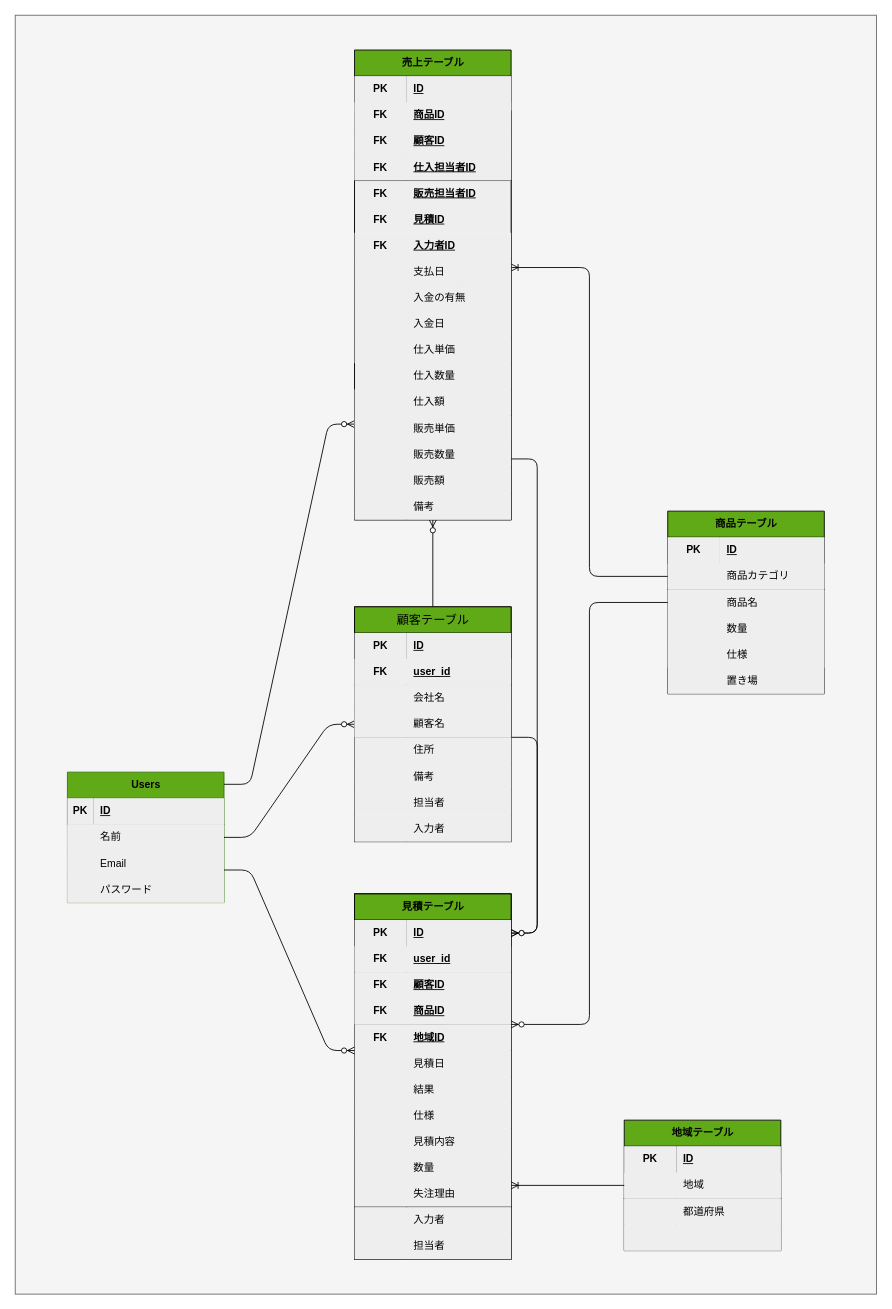
Before: ER.dio in uchida1010/sales-system, a draw.io diagram. Source tidied: cells renumbered, new cells numbered last; positions are measured from the earlier drawing's top-left corner, leaving out a move shared by most shapes. Both pictures are drawn from the tidied source at 87%, with x=0, y=0 at pixel (15, 15).
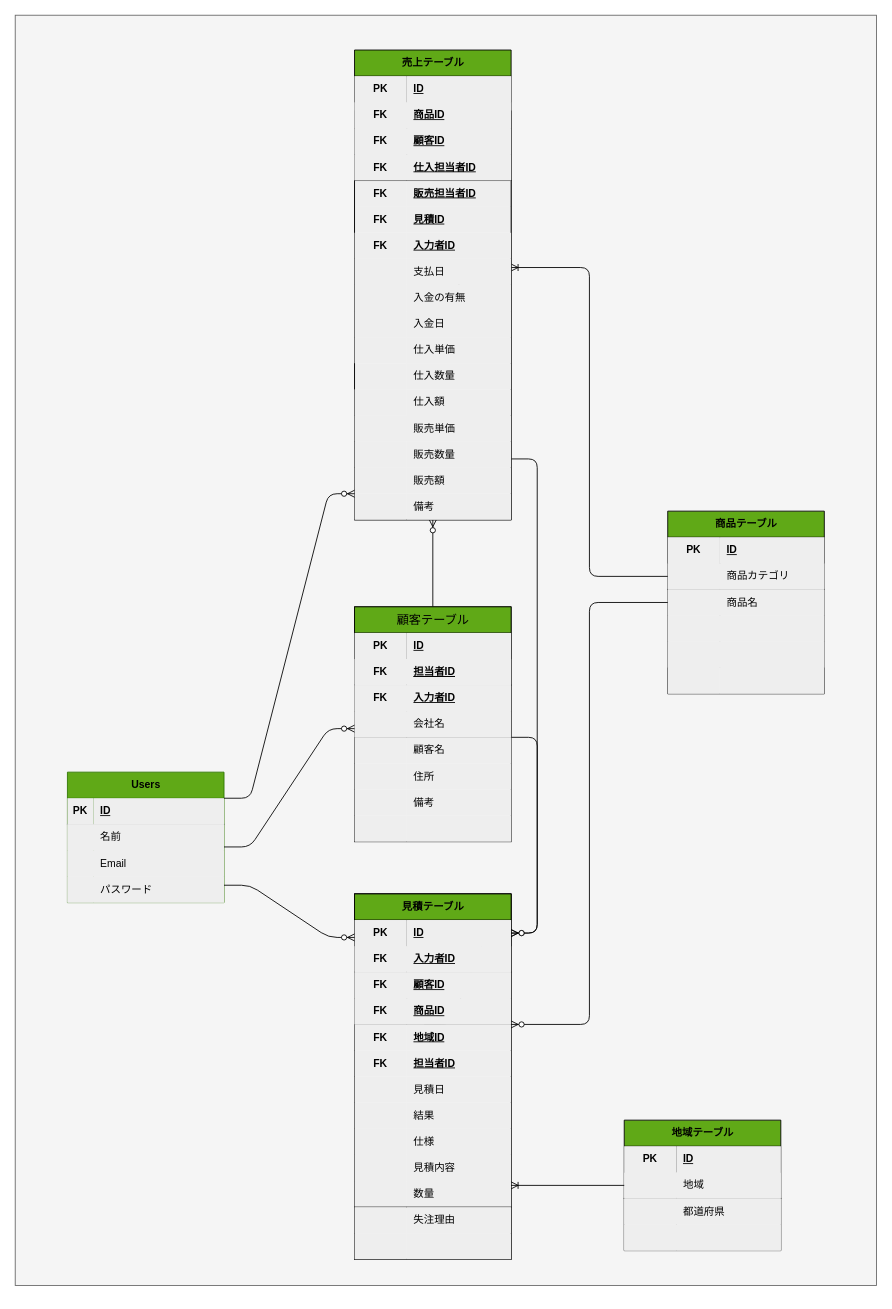
After the change.

Unchanged cells that the change refers to:
```xml
<mxCell id="4" value="Users" style="shape=table;startSize=30;childLayout=tableLayout;rowLines=0;fontStyle=1;align=center;strokeColor=#2D7600;fontFamily=Helvetica;fontSize=12;fontColor=#000000;fillColor=#60a917;html=1;labelBackgroundColor=none;" parent="1" vertex="1">
  <mxGeometry x="60" y="870" width="180" height="150" as="geometry" />
</mxCell>
<mxCell id="27" style="shape=tableRow;horizontal=0;startSize=0;swimlaneHead=0;swimlaneBody=0;fillColor=#eeeeee;top=0;left=0;right=0;bottom=0;strokeColor=#000000;fontFamily=Helvetica;fontSize=12;html=1;fontColor=#000000;labelBackgroundColor=none;" parent="17" vertex="1">
  <mxGeometry y="120" width="180" height="30" as="geometry" />
</mxCell>
<mxCell id="30" style="shape=tableRow;horizontal=0;startSize=0;swimlaneHead=0;swimlaneBody=0;fillColor=#eeeeee;top=0;left=0;right=0;bottom=0;strokeColor=#000000;fontFamily=Helvetica;fontSize=12;html=1;fontColor=#000000;labelBackgroundColor=none;" parent="17" vertex="1">
  <mxGeometry y="150" width="180" height="30" as="geometry" />
</mxCell>
<mxCell id="35" style="group;fontColor=#000000;strokeColor=#000000;labelBackgroundColor=none;" parent="34" vertex="1">
  <mxGeometry width="180" height="360" as="geometry" />
</mxCell>
<mxCell id="40" style="shape=tableRow;horizontal=0;startSize=0;swimlaneHead=0;swimlaneBody=0;fillColor=#eeeeee;top=0;left=0;right=0;bottom=1;strokeColor=#000000;fontFamily=Helvetica;fontSize=12;html=1;fontColor=#000000;labelBackgroundColor=none;" parent="36" vertex="1">
  <mxGeometry y="60" width="180" height="30" as="geometry" />
</mxCell>
<mxCell id="63" style="group;fontColor=#000000;strokeColor=#000000;labelBackgroundColor=none;" parent="34" vertex="1">
  <mxGeometry y="360" width="180" height="60" as="geometry" />
</mxCell>
<mxCell id="90" style="group;fontColor=#000000;strokeColor=none;labelBackgroundColor=none;" parent="1" vertex="1">
  <mxGeometry x="390" y="680" width="180" height="240" as="geometry" />
</mxCell>
<mxCell id="95" style="shape=tableRow;horizontal=0;startSize=0;swimlaneHead=0;swimlaneBody=0;fillColor=#eeeeee;top=0;left=0;right=0;bottom=1;strokeColor=#000000;fontFamily=Helvetica;fontSize=12;html=1;fontColor=#000000;labelBackgroundColor=none;" parent="91" vertex="1">
  <mxGeometry y="60" width="180" height="30" as="geometry" />
</mxCell>
<mxCell id="98" style="shape=tableRow;horizontal=0;startSize=0;swimlaneHead=0;swimlaneBody=0;fillColor=#eeeeee;top=0;left=0;right=0;bottom=0;strokeColor=#000000;fontFamily=Helvetica;fontSize=12;html=1;fontColor=#000000;labelBackgroundColor=none;" parent="91" vertex="1">
  <mxGeometry y="90" width="180" height="30" as="geometry" />
</mxCell>
<mxCell id="101" style="shape=tableRow;horizontal=0;startSize=0;swimlaneHead=0;swimlaneBody=0;fillColor=#eeeeee;points=[[0,0.5],[1,0.5]];portConstraint=eastwest;top=0;left=0;right=0;bottom=0;strokeColor=#000000;fontFamily=Helvetica;fontSize=12;html=1;fontColor=#000000;labelBackgroundColor=none;" parent="91" vertex="1">
  <mxGeometry y="120" width="180" height="30" as="geometry" />
</mxCell>
```

Change to the diagram source:
```diff
@@
     <mxCell id="2" style="rounded=0;whiteSpace=wrap;html=1;strokeColor=#666666;fontFamily=Helvetica;fontSize=12;fontColor=#000000;fillColor=#f5f5f5;" parent="1" vertex="1">
-      <mxGeometry width="990" height="1470" as="geometry" />
+      <mxGeometry width="990" height="1460" as="geometry" />
     </mxCell>
@@
-    <mxCell id="29" value="数量" style="shape=partialRectangle;fillColor=#eeeeee;top=0;left=0;bottom=0;right=0;align=left;spacingLeft=6;overflow=hidden;strokeColor=#000000;fontFamily=Helvetica;fontSize=12;html=1;fontColor=#000000;labelBackgroundColor=none;" parent="27" vertex="1">
+    <mxCell id="29" style="shape=partialRectangle;fillColor=#eeeeee;top=0;left=0;bottom=0;right=0;align=left;spacingLeft=6;overflow=hidden;strokeColor=#000000;fontFamily=Helvetica;fontSize=12;html=1;fontColor=#000000;labelBackgroundColor=none;" parent="27" vertex="1">
       <mxGeometry x="60" width="120" height="30" as="geometry" />
     </mxCell>
@@
-    <mxCell id="32" value="仕様" style="shape=partialRectangle;fillColor=#eeeeee;top=0;left=0;bottom=0;right=0;align=left;spacingLeft=6;overflow=hidden;strokeColor=#000000;fontFamily=Helvetica;fontSize=12;html=1;fontColor=#000000;labelBackgroundColor=none;" parent="30" vertex="1">
+    <mxCell id="32" style="shape=partialRectangle;fillColor=#eeeeee;top=0;left=0;bottom=0;right=0;align=left;spacingLeft=6;overflow=hidden;strokeColor=#000000;fontFamily=Helvetica;fontSize=12;html=1;fontColor=#000000;labelBackgroundColor=none;" parent="30" vertex="1">
       <mxGeometry x="60" width="120" height="30" as="geometry" />
     </mxCell>
@@
-    <mxCell id="42" value="&lt;b&gt;&lt;u&gt;user_id&lt;/u&gt;&lt;/b&gt;" style="shape=partialRectangle;fillColor=#eeeeee;top=0;left=0;bottom=0;right=0;align=left;spacingLeft=6;fontStyle=0;overflow=hidden;strokeColor=#000000;fontFamily=Helvetica;fontSize=12;html=1;fontColor=#000000;labelBackgroundColor=none;" parent="40" vertex="1">
+    <mxCell id="42" value="&lt;b style=&quot;border-color: var(--border-color);&quot;&gt;&lt;u style=&quot;border-color: var(--border-color);&quot;&gt;入力者ID&lt;/u&gt;&lt;/b&gt;" style="shape=partialRectangle;fillColor=#eeeeee;top=0;left=0;bottom=0;right=0;align=left;spacingLeft=6;fontStyle=0;overflow=hidden;strokeColor=#000000;fontFamily=Helvetica;fontSize=12;html=1;fontColor=#000000;labelBackgroundColor=none;" parent="40" vertex="1">
       <mxGeometry x="60" width="120" height="30" as="geometry" />
     </mxCell>
@@
-    <mxCell id="51" style="shape=partialRectangle;fillColor=#eeeeee;top=0;left=0;bottom=0;right=0;overflow=hidden;strokeColor=#000000;fontFamily=Helvetica;fontSize=12;html=1;fontColor=#000000;labelBackgroundColor=none;" parent="35" vertex="1">
+    <mxCell id="51" value="&lt;b&gt;FK&lt;/b&gt;" style="shape=partialRectangle;fillColor=#eeeeee;top=0;left=0;bottom=0;right=0;overflow=hidden;strokeColor=#000000;fontFamily=Helvetica;fontSize=12;html=1;fontColor=#000000;labelBackgroundColor=none;" parent="35" vertex="1">
       <mxGeometry y="180" width="60" height="30" as="geometry" />
     </mxCell>
-    <mxCell id="52" value="見積日" style="shape=partialRectangle;fillColor=#eeeeee;top=0;left=0;bottom=0;right=0;align=left;spacingLeft=6;overflow=hidden;strokeColor=#000000;fontFamily=Helvetica;fontSize=12;html=1;fontColor=#000000;labelBackgroundColor=none;" parent="35" vertex="1">
+    <mxCell id="52" value="&lt;b&gt;&lt;u&gt;担当者ID&lt;/u&gt;&lt;/b&gt;" style="shape=partialRectangle;fillColor=#eeeeee;top=0;left=0;bottom=0;right=0;align=left;spacingLeft=6;overflow=hidden;strokeColor=#000000;fontFamily=Helvetica;fontSize=12;html=1;fontColor=#000000;labelBackgroundColor=none;" parent="35" vertex="1">
       <mxGeometry x="60" y="180" width="120" height="30" as="geometry" />
     </mxCell>
@@
-    <mxCell id="54" value="結果" style="shape=partialRectangle;fillColor=#eeeeee;top=0;left=0;bottom=0;right=0;align=left;spacingLeft=6;overflow=hidden;strokeColor=#000000;fontFamily=Helvetica;fontSize=12;html=1;fontColor=#000000;labelBackgroundColor=none;" parent="35" vertex="1">
+    <mxCell id="54" value="見積日" style="shape=partialRectangle;fillColor=#eeeeee;top=0;left=0;bottom=0;right=0;align=left;spacingLeft=6;overflow=hidden;strokeColor=#000000;fontFamily=Helvetica;fontSize=12;html=1;fontColor=#000000;labelBackgroundColor=none;" parent="35" vertex="1">
       <mxGeometry x="60" y="210" width="120" height="30" as="geometry" />
     </mxCell>
@@
-    <mxCell id="56" value="仕様" style="shape=partialRectangle;fillColor=#eeeeee;top=0;left=0;bottom=0;right=0;align=left;spacingLeft=6;overflow=hidden;strokeColor=#000000;fontFamily=Helvetica;fontSize=12;html=1;fontColor=#000000;labelBackgroundColor=none;" parent="35" vertex="1">
+    <mxCell id="56" value="結果" style="shape=partialRectangle;fillColor=#eeeeee;top=0;left=0;bottom=0;right=0;align=left;spacingLeft=6;overflow=hidden;strokeColor=#000000;fontFamily=Helvetica;fontSize=12;html=1;fontColor=#000000;labelBackgroundColor=none;" parent="35" vertex="1">
       <mxGeometry x="60" y="240" width="120" height="30" as="geometry" />
     </mxCell>
@@
-    <mxCell id="58" value="見積内容" style="shape=partialRectangle;fillColor=#eeeeee;top=0;left=0;bottom=0;right=0;align=left;spacingLeft=6;overflow=hidden;strokeColor=#000000;fontFamily=Helvetica;fontSize=12;html=1;fontColor=#000000;labelBackgroundColor=none;" parent="35" vertex="1">
+    <mxCell id="58" value="仕様" style="shape=partialRectangle;fillColor=#eeeeee;top=0;left=0;bottom=0;right=0;align=left;spacingLeft=6;overflow=hidden;strokeColor=#000000;fontFamily=Helvetica;fontSize=12;html=1;fontColor=#000000;labelBackgroundColor=none;" parent="35" vertex="1">
       <mxGeometry x="60" y="270" width="120" height="30" as="geometry" />
     </mxCell>
@@
-    <mxCell id="60" value="数量" style="shape=partialRectangle;fillColor=#eeeeee;top=0;left=0;bottom=0;right=0;align=left;spacingLeft=6;overflow=hidden;strokeColor=#000000;fontFamily=Helvetica;fontSize=12;html=1;fontColor=#000000;labelBackgroundColor=none;" parent="35" vertex="1">
+    <mxCell id="60" value="見積内容" style="shape=partialRectangle;fillColor=#eeeeee;top=0;left=0;bottom=0;right=0;align=left;spacingLeft=6;overflow=hidden;strokeColor=#000000;fontFamily=Helvetica;fontSize=12;html=1;fontColor=#000000;labelBackgroundColor=none;" parent="35" vertex="1">
       <mxGeometry x="60" y="300" width="120" height="30" as="geometry" />
     </mxCell>
@@
-    <mxCell id="62" value="失注理由" style="shape=partialRectangle;fillColor=#eeeeee;top=0;left=0;bottom=0;right=0;align=left;spacingLeft=6;overflow=hidden;strokeColor=#000000;fontFamily=Helvetica;fontSize=12;html=1;fontColor=#000000;labelBackgroundColor=none;" parent="35" vertex="1">
+    <mxCell id="62" value="数量" style="shape=partialRectangle;fillColor=#eeeeee;top=0;left=0;bottom=0;right=0;align=left;spacingLeft=6;overflow=hidden;strokeColor=#000000;fontFamily=Helvetica;fontSize=12;html=1;fontColor=#000000;labelBackgroundColor=none;" parent="35" vertex="1">
       <mxGeometry x="60" y="330" width="120" height="30" as="geometry" />
     </mxCell>
@@
-    <mxCell id="65" value="入力者" style="shape=partialRectangle;fillColor=#eeeeee;top=0;left=0;bottom=0;right=0;align=left;spacingLeft=6;overflow=hidden;strokeColor=#000000;fontFamily=Helvetica;fontSize=12;html=1;fontColor=#000000;labelBackgroundColor=none;" parent="63" vertex="1">
+    <mxCell id="65" value="失注理由" style="shape=partialRectangle;fillColor=#eeeeee;top=0;left=0;bottom=0;right=0;align=left;spacingLeft=6;overflow=hidden;strokeColor=#000000;fontFamily=Helvetica;fontSize=12;html=1;fontColor=#000000;labelBackgroundColor=none;" parent="63" vertex="1">
       <mxGeometry x="60" width="120" height="30" as="geometry" />
     </mxCell>
@@
-    <mxCell id="67" value="担当者" style="shape=partialRectangle;fillColor=#eeeeee;top=0;left=0;bottom=0;right=0;align=left;spacingLeft=6;overflow=hidden;strokeColor=#000000;fontFamily=Helvetica;fontSize=12;html=1;fontColor=#000000;labelBackgroundColor=none;" parent="63" vertex="1">
+    <mxCell id="67" style="shape=partialRectangle;fillColor=#eeeeee;top=0;left=0;bottom=0;right=0;align=left;spacingLeft=6;overflow=hidden;strokeColor=#000000;fontFamily=Helvetica;fontSize=12;html=1;fontColor=#000000;labelBackgroundColor=none;" parent="63" vertex="1">
       <mxGeometry x="60" y="30" width="120" height="30" as="geometry" />
     </mxCell>
@@
-    <mxCell id="81" style="edgeStyle=entityRelationEdgeStyle;fontSize=12;html=1;endArrow=ERzeroToMany;endFill=1;fontFamily=Helvetica;fontColor=#000000;strokeColor=#000000;labelBackgroundColor=none;" parent="1" edge="1">
-      <mxGeometry relative="1" as="geometry">
-        <mxPoint x="240" y="884" as="sourcePoint" />
-        <mxPoint x="390" y="470" as="targetPoint" />
-      </mxGeometry>
-    </mxCell>
-    <mxCell id="82" style="edgeStyle=entityRelationEdgeStyle;fontSize=12;html=1;endArrow=ERzeroToMany;endFill=1;fontFamily=Helvetica;fontColor=#000000;exitX=1;exitY=0.5;exitDx=0;exitDy=0;entryX=0;entryY=0.5;entryDx=0;entryDy=0;strokeColor=#000000;labelBackgroundColor=none;" parent="1" edge="1" source="4" target="101">
-      <mxGeometry relative="1" as="geometry" />
-    </mxCell>
-    <mxCell id="83" style="edgeStyle=entityRelationEdgeStyle;fontSize=12;html=1;endArrow=ERzeroToMany;endFill=1;fontFamily=Helvetica;fontColor=#000000;exitX=1;exitY=0.75;exitDx=0;exitDy=0;strokeColor=#000000;labelBackgroundColor=none;" parent="1" edge="1" source="4">
-      <mxGeometry relative="1" as="geometry">
-        <mxPoint x="390" y="1190" as="targetPoint" />
-      </mxGeometry>
-    </mxCell>
@@
-    <mxCell id="96" value="FK" style="shape=partialRectangle;fillColor=#eeeeee;top=0;left=0;bottom=0;right=0;fontStyle=1;overflow=hidden;strokeColor=#000000;fontFamily=Helvetica;fontSize=12;html=1;fontColor=#000000;labelBackgroundColor=none;" parent="95" vertex="1">
+    <mxCell id="96" value="&lt;b style=&quot;border-color: var(--border-color);&quot;&gt;FK&lt;/b&gt;" style="shape=partialRectangle;fillColor=#eeeeee;top=0;left=0;bottom=0;right=0;fontStyle=1;overflow=hidden;strokeColor=#000000;fontFamily=Helvetica;fontSize=12;html=1;fontColor=#000000;labelBackgroundColor=none;" parent="95" vertex="1">
       <mxGeometry width="60" height="30" as="geometry" />
     </mxCell>
-    <mxCell id="97" value="user_id" style="shape=partialRectangle;fillColor=#eeeeee;top=0;left=0;bottom=0;right=0;align=left;spacingLeft=6;fontStyle=5;overflow=hidden;strokeColor=#000000;fontFamily=Helvetica;fontSize=12;html=1;fontColor=#000000;labelBackgroundColor=none;" parent="95" vertex="1">
+    <mxCell id="97" value="&lt;b style=&quot;border-color: var(--border-color);&quot;&gt;&lt;u style=&quot;border-color: var(--border-color);&quot;&gt;担当者ID&lt;/u&gt;&lt;/b&gt;" style="shape=partialRectangle;fillColor=#eeeeee;top=0;left=0;bottom=0;right=0;align=left;spacingLeft=6;fontStyle=5;overflow=hidden;strokeColor=#000000;fontFamily=Helvetica;fontSize=12;html=1;fontColor=#000000;labelBackgroundColor=none;" parent="95" vertex="1">
       <mxGeometry x="60" width="120" height="30" as="geometry" />
     </mxCell>
@@
-    <mxCell id="99" style="shape=partialRectangle;fillColor=#eeeeee;top=0;left=0;bottom=0;right=0;overflow=hidden;strokeColor=#000000;fontFamily=Helvetica;fontSize=12;html=1;fontColor=#000000;labelBackgroundColor=none;" parent="98" vertex="1">
+    <mxCell id="99" value="&lt;b style=&quot;border-color: var(--border-color);&quot;&gt;FK&lt;/b&gt;" style="shape=partialRectangle;fillColor=#eeeeee;top=0;left=0;bottom=0;right=0;overflow=hidden;strokeColor=#000000;fontFamily=Helvetica;fontSize=12;html=1;fontColor=#000000;labelBackgroundColor=none;" parent="98" vertex="1">
       <mxGeometry width="60" height="30" as="geometry" />
     </mxCell>
-    <mxCell id="100" value="会社名" style="shape=partialRectangle;fillColor=#eeeeee;top=0;left=0;bottom=0;right=0;align=left;spacingLeft=6;overflow=hidden;strokeColor=#000000;fontFamily=Helvetica;fontSize=12;html=1;fontColor=#000000;labelBackgroundColor=none;" parent="98" vertex="1">
+    <mxCell id="100" value="&lt;b style=&quot;border-color: var(--border-color);&quot;&gt;&lt;u style=&quot;border-color: var(--border-color);&quot;&gt;入力者ID&lt;/u&gt;&lt;/b&gt;" style="shape=partialRectangle;fillColor=#eeeeee;top=0;left=0;bottom=0;right=0;align=left;spacingLeft=6;overflow=hidden;strokeColor=#000000;fontFamily=Helvetica;fontSize=12;html=1;fontColor=#000000;labelBackgroundColor=none;" parent="98" vertex="1">
       <mxGeometry x="60" width="120" height="30" as="geometry" />
     </mxCell>
@@
-    <mxCell id="103" value="顧客名" style="shape=partialRectangle;fillColor=#eeeeee;top=0;left=0;bottom=0;right=0;align=left;spacingLeft=6;overflow=hidden;strokeColor=#000000;fontFamily=Helvetica;fontSize=12;html=1;fontColor=#000000;labelBackgroundColor=none;" parent="101" vertex="1">
+    <mxCell id="103" value="会社名" style="shape=partialRectangle;fillColor=#eeeeee;top=0;left=0;bottom=0;right=0;align=left;spacingLeft=6;overflow=hidden;strokeColor=#000000;fontFamily=Helvetica;fontSize=12;html=1;fontColor=#000000;labelBackgroundColor=none;" parent="101" vertex="1">
       <mxGeometry x="60" width="120" height="30" as="geometry" />
     </mxCell>
@@
-    <mxCell id="105" value="住所" style="shape=partialRectangle;fillColor=#eeeeee;top=0;left=0;bottom=0;right=0;align=left;spacingLeft=6;overflow=hidden;strokeColor=#000000;fontFamily=Helvetica;fontSize=12;html=1;fontColor=#000000;labelBackgroundColor=none;" parent="90" vertex="1">
+    <mxCell id="105" value="顧客名" style="shape=partialRectangle;fillColor=#eeeeee;top=0;left=0;bottom=0;right=0;align=left;spacingLeft=6;overflow=hidden;strokeColor=#000000;fontFamily=Helvetica;fontSize=12;html=1;fontColor=#000000;labelBackgroundColor=none;" parent="90" vertex="1">
       <mxGeometry x="60" y="150" width="120" height="30" as="geometry" />
     </mxCell>
@@
-    <mxCell id="107" value="備考" style="shape=partialRectangle;fillColor=#eeeeee;top=0;left=0;bottom=0;right=0;align=left;spacingLeft=6;overflow=hidden;strokeColor=#000000;fontFamily=Helvetica;fontSize=12;html=1;fontColor=#000000;labelBackgroundColor=none;" parent="90" vertex="1">
+    <mxCell id="107" value="住所" style="shape=partialRectangle;fillColor=#eeeeee;top=0;left=0;bottom=0;right=0;align=left;spacingLeft=6;overflow=hidden;strokeColor=#000000;fontFamily=Helvetica;fontSize=12;html=1;fontColor=#000000;labelBackgroundColor=none;" parent="90" vertex="1">
       <mxGeometry x="60" y="180" width="120" height="30" as="geometry" />
     </mxCell>
@@
-    <mxCell id="109" value="担当者" style="shape=partialRectangle;fillColor=#eeeeee;top=0;left=0;bottom=0;right=0;align=left;spacingLeft=6;overflow=hidden;strokeColor=#000000;fontFamily=Helvetica;fontSize=12;html=1;fontColor=#000000;labelBackgroundColor=none;" parent="90" vertex="1">
+    <mxCell id="109" value="備考" style="shape=partialRectangle;fillColor=#eeeeee;top=0;left=0;bottom=0;right=0;align=left;spacingLeft=6;overflow=hidden;strokeColor=#000000;fontFamily=Helvetica;fontSize=12;html=1;fontColor=#000000;labelBackgroundColor=none;" parent="90" vertex="1">
       <mxGeometry x="60" y="210" width="120" height="30" as="geometry" />
     </mxCell>
@@
-    <mxCell id="111" value="入力者" style="shape=partialRectangle;fillColor=#eeeeee;top=0;left=0;bottom=0;right=0;align=left;spacingLeft=6;overflow=hidden;strokeColor=#000000;fontFamily=Helvetica;fontSize=12;html=1;fontColor=#000000;labelBackgroundColor=none;" parent="1" vertex="1">
+    <mxCell id="111" style="shape=partialRectangle;fillColor=#eeeeee;top=0;left=0;bottom=0;right=0;align=left;spacingLeft=6;overflow=hidden;strokeColor=#000000;fontFamily=Helvetica;fontSize=12;html=1;fontColor=#000000;labelBackgroundColor=none;" parent="1" vertex="1">
       <mxGeometry x="450" y="920" width="120" height="30" as="geometry" />
     </mxCell>
@@
-    <mxCell id="156" value="置き場" style="shape=partialRectangle;fillColor=#eeeeee;top=0;left=0;bottom=0;right=0;align=left;spacingLeft=6;overflow=hidden;strokeColor=#000000;fontFamily=Helvetica;fontSize=12;html=1;fontColor=#000000;labelBackgroundColor=none;" parent="1" vertex="1">
+    <mxCell id="156" style="shape=partialRectangle;fillColor=#eeeeee;top=0;left=0;bottom=0;right=0;align=left;spacingLeft=6;overflow=hidden;strokeColor=#000000;fontFamily=Helvetica;fontSize=12;html=1;fontColor=#000000;labelBackgroundColor=none;" parent="1" vertex="1">
       <mxGeometry x="810" y="750" width="120" height="30" as="geometry" />
     </mxCell>
@@
+    <mxCell id="159" style="edgeStyle=entityRelationEdgeStyle;fontSize=12;html=1;endArrow=ERzeroToMany;endFill=1;" parent="1" edge="1">
+      <mxGeometry relative="1" as="geometry">
+        <mxPoint x="240" y="900" as="sourcePoint" />
+        <mxPoint x="390" y="550" as="targetPoint" />
+      </mxGeometry>
+    </mxCell>
+    <mxCell id="160" style="edgeStyle=entityRelationEdgeStyle;fontSize=12;html=1;endArrow=ERzeroToMany;endFill=1;" parent="1" edge="1">
+      <mxGeometry relative="1" as="geometry">
+        <mxPoint x="240" y="956" as="sourcePoint" />
+        <mxPoint x="390" y="820" as="targetPoint" />
+      </mxGeometry>
+    </mxCell>
+    <mxCell id="161" style="edgeStyle=entityRelationEdgeStyle;fontSize=12;html=1;endArrow=ERzeroToMany;endFill=1;" parent="1" edge="1">
+      <mxGeometry relative="1" as="geometry">
+        <mxPoint x="240" y="1000" as="sourcePoint" />
+        <mxPoint x="390" y="1060" as="targetPoint" />
+      </mxGeometry>
+    </mxCell>
```
